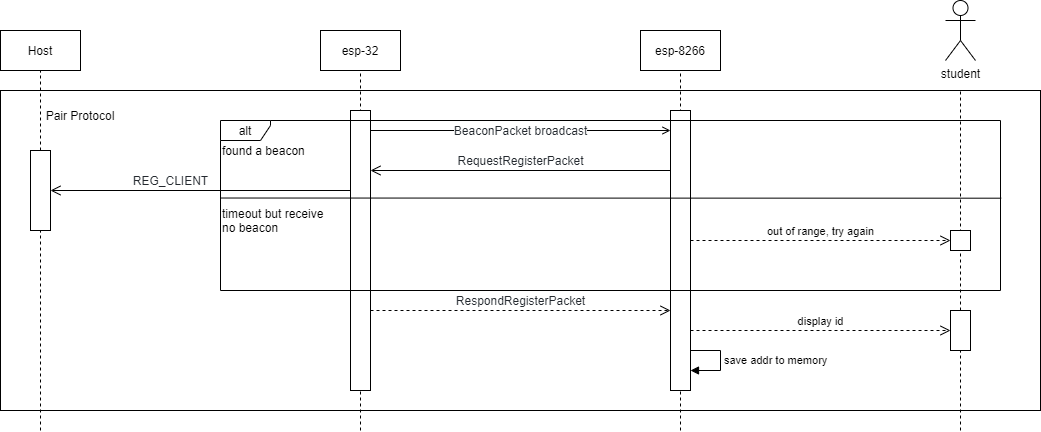
Before: ServerClientProtocol.png, a diagram exported from draw.io (Viquiz/ServerClientProtocol). Source tidied: cells renumbered, new cells last; positions are measured from the earlier drawing's top-left corner, leaving out a move shared by most shapes.
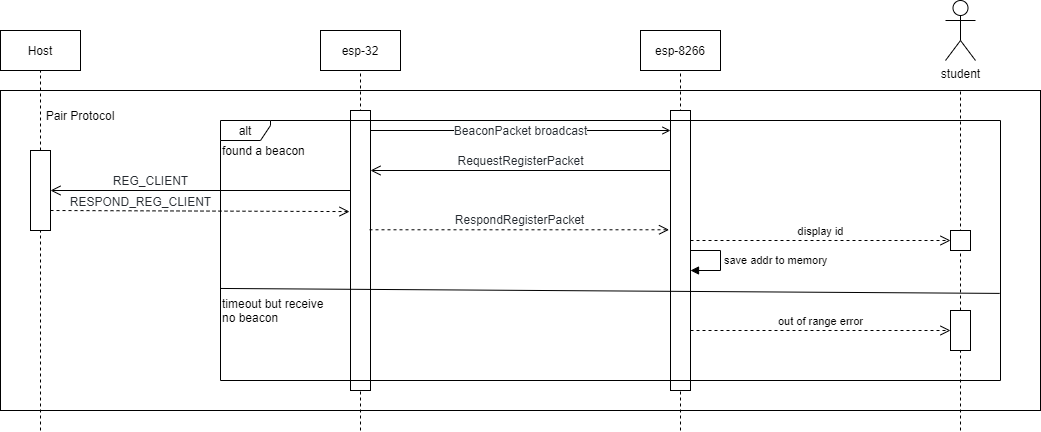
The same file after the commit.

Change to the diagram source:
```diff
@@ -32,10 +32,10 @@
     </mxCell>
     <mxCell id="10" value="save addr to memory" style="edgeStyle=orthogonalEdgeStyle;html=1;align=left;spacingLeft=2;endArrow=block;rounded=0;" parent="1" edge="1">
       <mxGeometry relative="1" as="geometry">
-        <mxPoint x="690" y="350" as="sourcePoint" />
-        <mxPoint x="690" y="370" as="targetPoint" />
+        <mxPoint x="690" y="250" as="sourcePoint" />
+        <mxPoint x="690" y="270" as="targetPoint" />
         <Array as="points">
-          <mxPoint x="720" y="350" />
+          <mxPoint x="720" y="250" />
         </Array>
       </mxGeometry>
     </mxCell>
@@ -62,20 +62,14 @@
         <mxPoint x="370" y="170" as="targetPoint" />
       </mxGeometry>
     </mxCell>
-    <mxCell id="16" value="&lt;span style=&quot;color: rgb(36 , 41 , 47) ; font-family: , , &amp;#34;sf mono&amp;#34; , &amp;#34;menlo&amp;#34; , &amp;#34;consolas&amp;#34; , &amp;#34;liberation mono&amp;#34; , monospace ; font-size: 12px&quot;&gt;RespondRegisterPacket &lt;/span&gt;" style="html=1;verticalAlign=bottom;endArrow=open;dashed=1;endSize=8;" parent="1" edge="1">
-      <mxGeometry relative="1" as="geometry">
-        <mxPoint x="370" y="310" as="sourcePoint" />
-        <mxPoint x="670" y="310" as="targetPoint" />
-      </mxGeometry>
+    <mxCell id="16" value="&lt;span style=&quot;color: rgb(36 , 41 , 47) ; font-family: , , &amp;#34;sf mono&amp;#34; , &amp;#34;menlo&amp;#34; , &amp;#34;consolas&amp;#34; , &amp;#34;liberation mono&amp;#34; , monospace ; font-size: 12px&quot;&gt;RespondRegisterPacket &lt;/span&gt;" style="html=1;verticalAlign=bottom;endArrow=open;dashed=1;endSize=8;exitX=0.95;exitY=0.426;exitDx=0;exitDy=0;exitPerimeter=0;entryX=-0.074;entryY=0.426;entryDx=0;entryDy=0;entryPerimeter=0;" parent="1" edge="1" source="8" target="14">
+      <mxGeometry relative="1" as="geometry" />
     </mxCell>
-    <mxCell id="17" value="display id" style="html=1;verticalAlign=bottom;endArrow=open;dashed=1;endSize=8;" parent="1" edge="1" target="20">
+    <mxCell id="17" value="out of range error" style="html=1;verticalAlign=bottom;endArrow=open;dashed=1;endSize=8;" parent="1" edge="1" target="20">
       <mxGeometry relative="1" as="geometry">
         <mxPoint x="690" y="330" as="sourcePoint" />
       </mxGeometry>
     </mxCell>
-    <mxCell id="18" style="endArrow=none;html=1;entryX=1.001;entryY=0.457;entryDx=0;entryDy=0;entryPerimeter=0;exitX=0;exitY=0.456;exitDx=0;exitDy=0;exitPerimeter=0;" parent="1" edge="1" source="28" target="28">
-      <mxGeometry x="340" y="360" as="geometry" />
-    </mxCell>
     <mxCell id="19" value="Pair Protocol" style="text;html=1;strokeColor=none;fillColor=none;align=center;verticalAlign=middle;whiteSpace=wrap;rounded=0;" parent="1" vertex="1">
       <mxGeometry y="90" width="160" height="50" as="geometry" />
     </mxCell>
@@ -87,7 +81,7 @@
         <mxPoint x="960" y="430" as="sourcePoint" />
       </mxGeometry>
     </mxCell>
-    <mxCell id="22" value="out of range, try again" style="html=1;verticalAlign=bottom;endArrow=open;dashed=1;endSize=8;entryX=0;entryY=0.5;entryDx=0;entryDy=0;" parent="1" edge="1" target="23">
+    <mxCell id="22" value="display id" style="html=1;verticalAlign=bottom;endArrow=open;dashed=1;endSize=8;entryX=0;entryY=0.5;entryDx=0;entryDy=0;" parent="1" edge="1" target="23">
       <mxGeometry relative="1" as="geometry">
         <mxPoint x="690" y="240" as="sourcePoint" />
       </mxGeometry>
@@ -107,15 +101,21 @@
       </mxGeometry>
     </mxCell>
     <mxCell id="27" value="timeout but receive no beacon" style="text;html=1;strokeColor=none;fillColor=none;align=left;verticalAlign=middle;whiteSpace=wrap;rounded=0;" parent="1" vertex="1">
-      <mxGeometry x="220" y="210" width="120" height="20" as="geometry" />
+      <mxGeometry x="220" y="300" width="120" height="20" as="geometry" />
     </mxCell>
+    <mxCell id="29" value="&lt;font color=&quot;#24292f&quot;&gt;&lt;span style=&quot;font-size: 12px&quot;&gt;REG_CLIENT&lt;/span&gt;&lt;/font&gt;" style="html=1;verticalAlign=bottom;endArrow=open;endSize=8;" parent="1" edge="1" target="25">
+      <mxGeometry x="0.33" relative="1" as="geometry">
+        <mxPoint x="350" y="190" as="sourcePoint" />
+      </mxGeometry>
+    </mxCell>
+    <mxCell id="30" value="&lt;span style=&quot;color: rgb(36 , 41 , 47) ; font-size: 12px&quot;&gt;RESPOND_REG_CLIENT&lt;/span&gt;" style="html=1;verticalAlign=bottom;endArrow=open;dashed=1;endSize=8;exitX=1;exitY=0.75;exitDx=0;exitDy=0;entryX=-0.05;entryY=0.361;entryDx=0;entryDy=0;entryPerimeter=0;" parent="1" edge="1" source="25" target="8">
+      <mxGeometry x="-0.4" y="-1" relative="1" as="geometry" />
+    </mxCell>
     <mxCell id="28" value="alt" style="shape=umlFrame;whiteSpace=wrap;html=1;width=50;height=20;" parent="1" vertex="1">
-      <mxGeometry x="220" y="120" width="780" height="170" as="geometry" />
+      <mxGeometry x="220" y="120" width="780" height="260" as="geometry" />
     </mxCell>
-    <mxCell id="29" value="&lt;font color=&quot;#24292f&quot;&gt;&lt;span style=&quot;font-size: 12px&quot;&gt;REG_CLIENT&lt;/span&gt;&lt;/font&gt;" style="html=1;verticalAlign=bottom;endArrow=open;endSize=8;" parent="1" edge="1" target="25">
-      <mxGeometry x="0.2" relative="1" as="geometry">
-        <mxPoint x="350" y="190" as="sourcePoint" />
-      </mxGeometry>
-    </mxCell>
+    <mxCell id="18" style="endArrow=none;html=1;entryX=0.999;entryY=0.665;entryDx=0;entryDy=0;entryPerimeter=0;exitX=0;exitY=0.646;exitDx=0;exitDy=0;exitPerimeter=0;" parent="1" edge="1" source="28" target="28">
+      <mxGeometry x="340" y="360" as="geometry" />
+    </mxCell>
   </root>
 </mxGraphModel>
```
